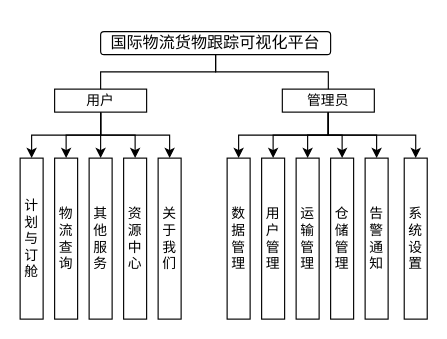
Earlier version of the draw.io diagram page "第 1 页" (1 of 2) of 供应链项目.drawio (Li-cencen/UML). Source tidied: cells renumbered, new cells numbered last; positions are measured from the earlier drawing's top-left corner, leaving out a move shared by most shapes. Both pictures are drawn from the tidied source at 115%, with x=0, y=0 at pixel (20, 31).
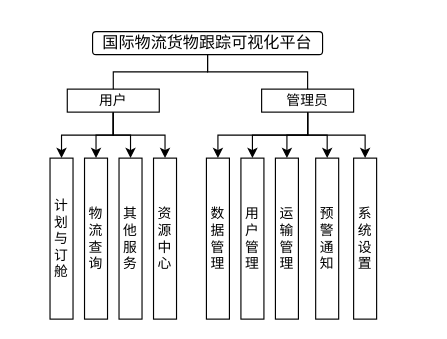
The same page after the edit.

The edit, as a diff of the source:
```diff
@@
     <mxCell id="2" value="&lt;p class=&quot;MsoNormal&quot;&gt;&lt;span style=&quot;mso-spacerun:'yes';font-family:宋体;mso-ansi-font-weight:normal;&lt;br/&gt;mso-bidi-font-weight:bold;font-size:10.5000pt;mso-font-kerning:1.0000pt;&quot;&gt;国际物流货物跟踪可视化平台&lt;/span&gt;&lt;/p&gt;" style="rounded=1;whiteSpace=wrap;html=1;" parent="1" vertex="1">
-      <mxGeometry x="70" width="200" height="20" as="geometry" />
+      <mxGeometry x="63" width="200" height="20" as="geometry" />
     </mxCell>
     <mxCell id="3" value="计划与订舱" style="rounded=0;whiteSpace=wrap;html=1;" parent="1" vertex="1">
-      <mxGeometry y="110" width="20" height="140" as="geometry" />
+      <mxGeometry x="26" y="110" width="20" height="140" as="geometry" />
     </mxCell>
     <mxCell id="4" value="物流查询" style="rounded=0;whiteSpace=wrap;html=1;" parent="1" vertex="1">
-      <mxGeometry x="30" y="110" width="20" height="140" as="geometry" />
+      <mxGeometry x="56" y="110" width="20" height="140" as="geometry" />
     </mxCell>
     <mxCell id="5" value="其他服务" style="rounded=0;whiteSpace=wrap;html=1;" parent="1" vertex="1">
-      <mxGeometry x="60" y="110" width="20" height="140" as="geometry" />
+      <mxGeometry x="86" y="110" width="20" height="140" as="geometry" />
     </mxCell>
     <mxCell id="6" value="资源中心" style="rounded=0;whiteSpace=wrap;html=1;" parent="1" vertex="1">
-      <mxGeometry x="90" y="110" width="20" height="140" as="geometry" />
+      <mxGeometry x="116" y="110" width="20" height="140" as="geometry" />
     </mxCell>
-    <mxCell id="7" value="关于我们" style="rounded=0;whiteSpace=wrap;html=1;" parent="1" vertex="1">
-      <mxGeometry x="120" y="110" width="20" height="140" as="geometry" />
-    </mxCell>
     <mxCell id="8" value="数据管理" style="rounded=0;whiteSpace=wrap;html=1;" parent="1" vertex="1">
-      <mxGeometry x="180" y="110" width="20" height="140" as="geometry" />
+      <mxGeometry x="162" y="110" width="20" height="140" as="geometry" />
     </mxCell>
     <mxCell id="9" value="用户管理" style="rounded=0;whiteSpace=wrap;html=1;" parent="1" vertex="1">
-      <mxGeometry x="210" y="110" width="20" height="140" as="geometry" />
+      <mxGeometry x="192" y="110" width="20" height="140" as="geometry" />
     </mxCell>
     <mxCell id="10" value="运输管理" style="rounded=0;whiteSpace=wrap;html=1;" parent="1" vertex="1">
-      <mxGeometry x="240" y="110" width="20" height="140" as="geometry" />
+      <mxGeometry x="222" y="110" width="20" height="140" as="geometry" />
     </mxCell>
-    <mxCell id="11" value="仓储管理" style="rounded=0;whiteSpace=wrap;html=1;" parent="1" vertex="1">
-      <mxGeometry x="270" y="110" width="20" height="140" as="geometry" />
-    </mxCell>
-    <mxCell id="12" value="告警通知" style="rounded=0;whiteSpace=wrap;html=1;" parent="1" vertex="1">
-      <mxGeometry x="300" y="110" width="20" height="140" as="geometry" />
+    <mxCell id="12" value="预警通知" style="rounded=0;whiteSpace=wrap;html=1;" parent="1" vertex="1">
+      <mxGeometry x="257" y="110" width="20" height="140" as="geometry" />
     </mxCell>
@@
-    <mxCell id="17" style="edgeStyle=orthogonalEdgeStyle;rounded=0;jettySize=auto;html=1;exitX=0.5;exitY=1;exitDx=0;exitDy=0;" parent="1" edge="1" source="18" target="7">
-      <mxGeometry relative="1" as="geometry" />
-    </mxCell>
     <mxCell id="18" value="用户" style="rounded=0;whiteSpace=wrap;html=1;" parent="1" vertex="1">
-      <mxGeometry x="30" y="50" width="80" height="20" as="geometry" />
+      <mxGeometry x="41" y="50" width="80" height="20" as="geometry" />
     </mxCell>
@@
-    <mxCell id="22" style="edgeStyle=orthogonalEdgeStyle;rounded=0;jettySize=auto;html=1;exitX=0.5;exitY=1;exitDx=0;exitDy=0;" parent="1" edge="1" source="25" target="11">
-      <mxGeometry relative="1" as="geometry" />
-    </mxCell>
@@
     <mxCell id="25" value="管理员" style="rounded=0;whiteSpace=wrap;html=1;" parent="1" vertex="1">
-      <mxGeometry x="228" y="50" width="80" height="20" as="geometry" />
+      <mxGeometry x="210" y="50" width="80" height="20" as="geometry" />
     </mxCell>
@@
     <mxCell id="29" value="系统设置" style="rounded=0;whiteSpace=wrap;html=1;" parent="1" vertex="1">
-      <mxGeometry x="334" y="110" width="20" height="140" as="geometry" />
+      <mxGeometry x="290" y="110" width="20" height="140" as="geometry" />
     </mxCell>
```
